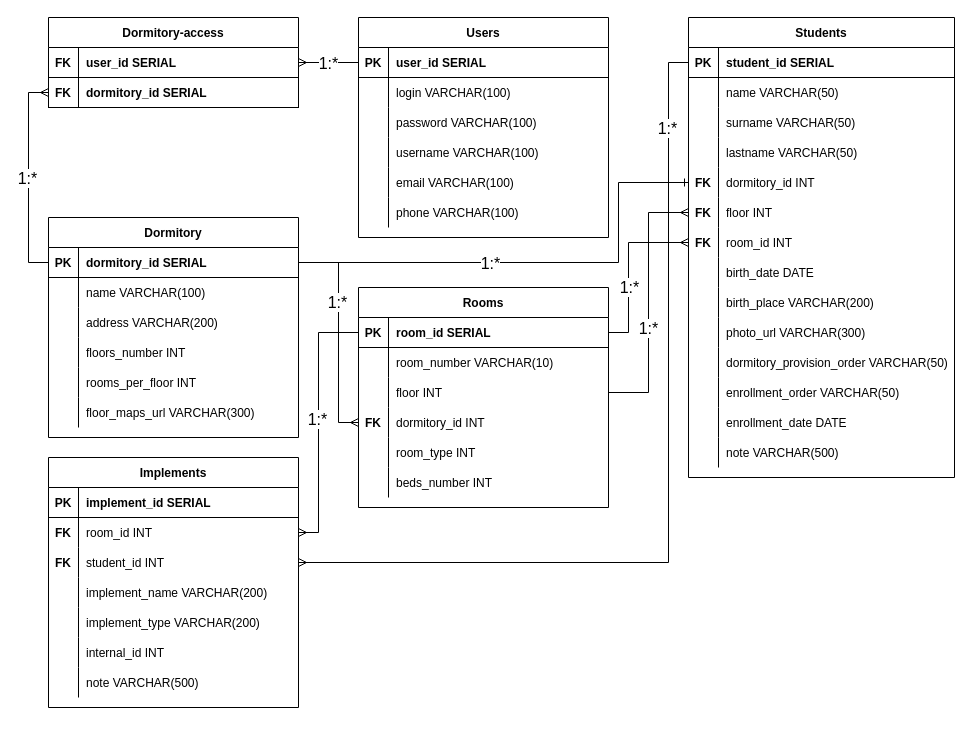
Earlier version of the draw.io diagram documentation/Dormitory_erd.drawio (vedrent/dormitory-tracker). Source tidied: cells renumbered, new cells numbered last; positions are measured from the earlier drawing's top-left corner, leaving out a move shared by most shapes. Both pictures are drawn from the tidied source at 100%, with x=0, y=0 at pixel (48, 17).
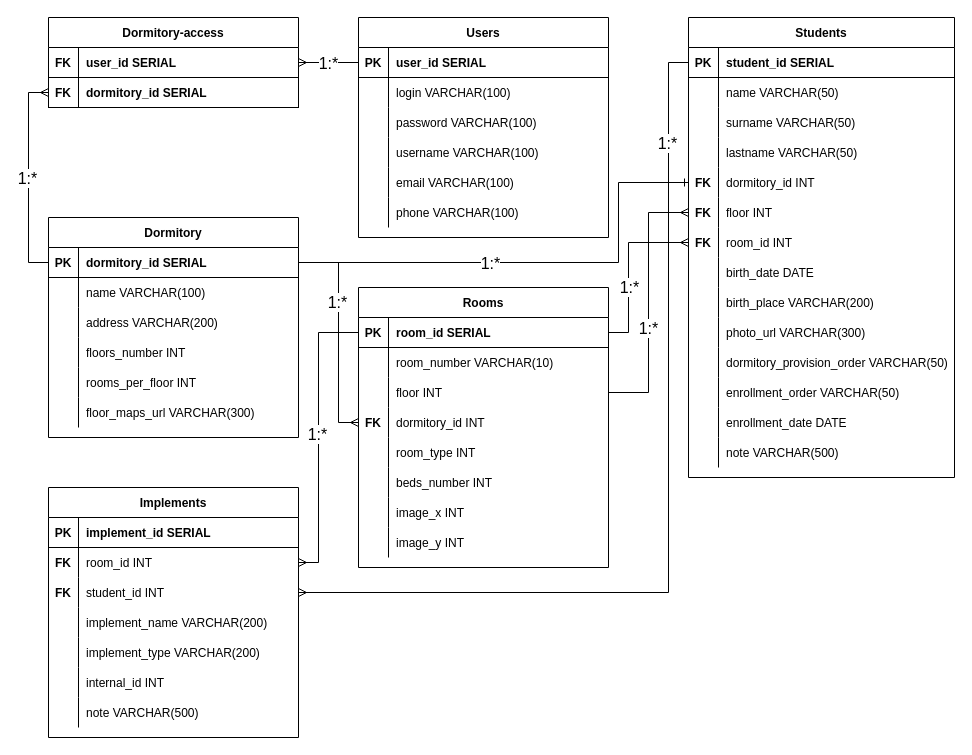
Above is the later version.

The change refers to these unchanged cells:
```xml
<mxCell id="3" style="shape=partialRectangle;fillColor=none;points=[[0,0.5],[1,0.5]];portConstraint=eastwest;top=0;left=0;right=0;bottom=1;" parent="2" vertex="1">
  <mxGeometry y="30" width="266" height="30" as="geometry" />
</mxCell>
<mxCell id="97" style="shape=partialRectangle;fillColor=none;points=[[0,0.5],[1,0.5]];portConstraint=eastwest;top=0;left=0;right=0;bottom=1;" parent="96" vertex="1">
  <mxGeometry y="30" width="250" height="30" as="geometry" />
</mxCell>
<mxCell id="121" style="shape=partialRectangle;fillColor=none;points=[[0,0.5],[1,0.5]];portConstraint=eastwest;top=0;left=0;right=0;bottom=0;" parent="117" vertex="1">
  <mxGeometry y="60" width="250" height="30" as="geometry" />
</mxCell>
<mxCell id="124" style="shape=partialRectangle;fillColor=none;points=[[0,0.5],[1,0.5]];portConstraint=eastwest;top=0;left=0;right=0;bottom=0;" parent="117" vertex="1">
  <mxGeometry y="90" width="250" height="30" as="geometry" />
</mxCell>
```

Diff of the diagram source:
```diff
@@
     <mxCell id="96" value="Rooms" style="shape=table;startSize=30;childLayout=tableLayout;rowLines=0;fontStyle=1;align=center;" parent="1" vertex="1">
-      <mxGeometry x="310" y="270" width="250" height="220" as="geometry" />
+      <mxGeometry x="310" y="270" width="250" height="280" as="geometry" />
     </mxCell>
@@
+    <mxCell id="147" style="shape=partialRectangle;fillColor=none;top=0;left=0;right=0;bottom=0;" parent="96" vertex="1">
+      <mxGeometry y="210" width="250" height="30" as="geometry" />
+    </mxCell>
+    <mxCell id="148" style="shape=partialRectangle;overflow=hidden;fillColor=none;top=0;left=0;bottom=0;right=0;" parent="147" vertex="1">
+      <mxGeometry width="30" height="30" as="geometry" />
+    </mxCell>
+    <mxCell id="149" value="image_x INT" style="shape=partialRectangle;overflow=hidden;fillColor=none;top=0;left=0;bottom=0;right=0;align=left;spacingLeft=6;" parent="147" vertex="1">
+      <mxGeometry x="30" width="220" height="30" as="geometry" />
+    </mxCell>
+    <mxCell id="150" style="shape=partialRectangle;fillColor=none;top=0;left=0;right=0;bottom=0;" parent="96" vertex="1">
+      <mxGeometry y="240" width="250" height="30" as="geometry" />
+    </mxCell>
+    <mxCell id="151" style="shape=partialRectangle;overflow=hidden;fillColor=none;top=0;left=0;bottom=0;right=0;" parent="150" vertex="1">
+      <mxGeometry width="30" height="30" as="geometry" />
+    </mxCell>
+    <mxCell id="152" value="image_y INT" style="shape=partialRectangle;overflow=hidden;fillColor=none;top=0;left=0;bottom=0;right=0;align=left;spacingLeft=6;" parent="150" vertex="1">
+      <mxGeometry x="30" width="220" height="30" as="geometry" />
+    </mxCell>
@@
     <mxCell id="117" value="Implements" style="shape=table;startSize=30;childLayout=tableLayout;rowLines=0;fontStyle=1;align=center;" parent="1" vertex="1">
-      <mxGeometry y="440" width="250" height="250" as="geometry" />
+      <mxGeometry y="470" width="250" height="250" as="geometry" />
     </mxCell>
@@
     <mxCell id="139" style="edgeStyle=orthogonalEdgeStyle;rounded=0;jettySize=auto;html=1;exitX=0;exitY=0.5;exitDx=0;exitDy=0;entryX=1;entryY=0.5;entryDx=0;entryDy=0;endArrow=ERmany;endFill=0;" parent="1" edge="1" source="97" target="121">
       <mxGeometry relative="1" as="geometry">
         <Array as="points">
           <mxPoint x="270" y="315" />
-          <mxPoint x="270" y="515" />
+          <mxPoint x="270" y="545" />
         </Array>
       </mxGeometry>
     </mxCell>
@@
     <mxCell id="141" style="edgeStyle=orthogonalEdgeStyle;rounded=0;jettySize=auto;html=1;exitX=0;exitY=0.5;exitDx=0;exitDy=0;entryX=1;entryY=0.5;entryDx=0;entryDy=0;endArrow=ERmany;endFill=0;" parent="1" edge="1" source="3" target="124">
       <mxGeometry relative="1" as="geometry">
         <Array as="points">
           <mxPoint x="620" y="45" />
-          <mxPoint x="620" y="545" />
+          <mxPoint x="620" y="575" />
         </Array>
       </mxGeometry>
     </mxCell>
```
